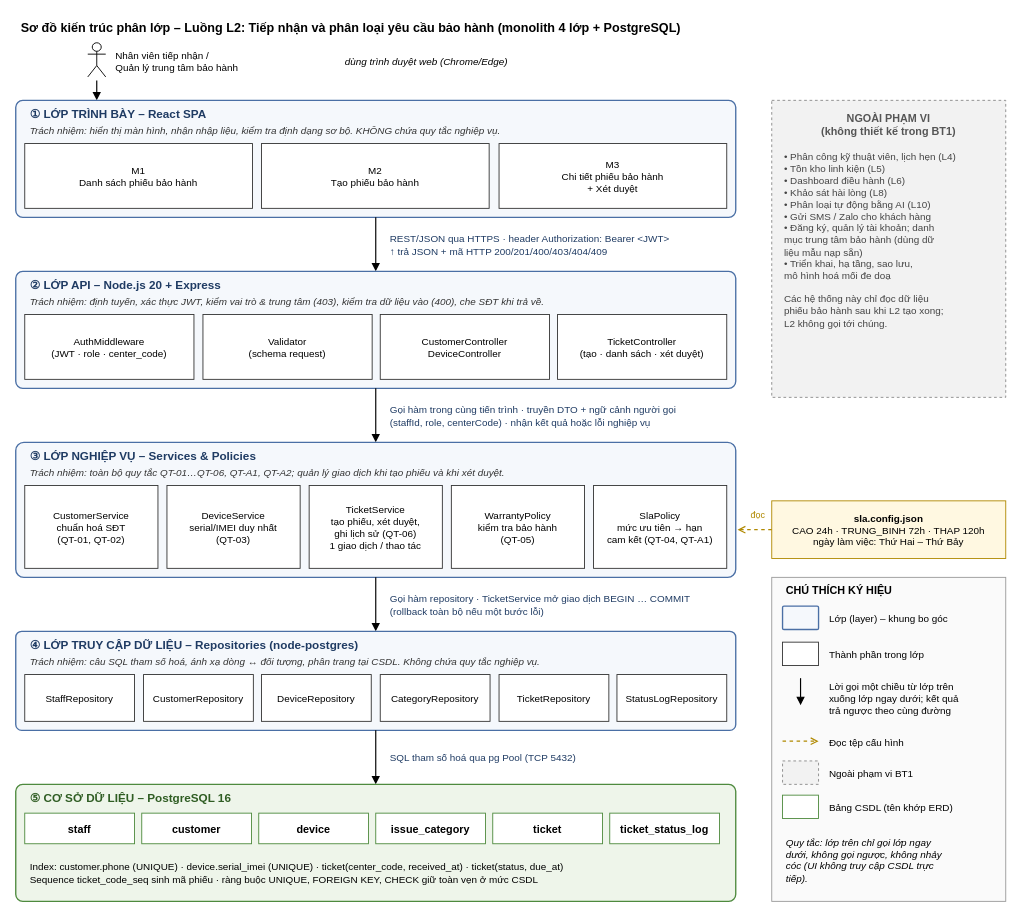
This is docs/architecture.drawio from Htuan0901/cdtn1-nguyenhoangtuan-l2, a draw.io file, before an edit. Source tidied: cells renumbered, new cells numbered last; positions are measured from the earlier drawing's top-left corner, leaving out a move shared by most shapes. Both pictures are drawn from the tidied source at 90%, with x=0, y=0 at pixel (15, 15).
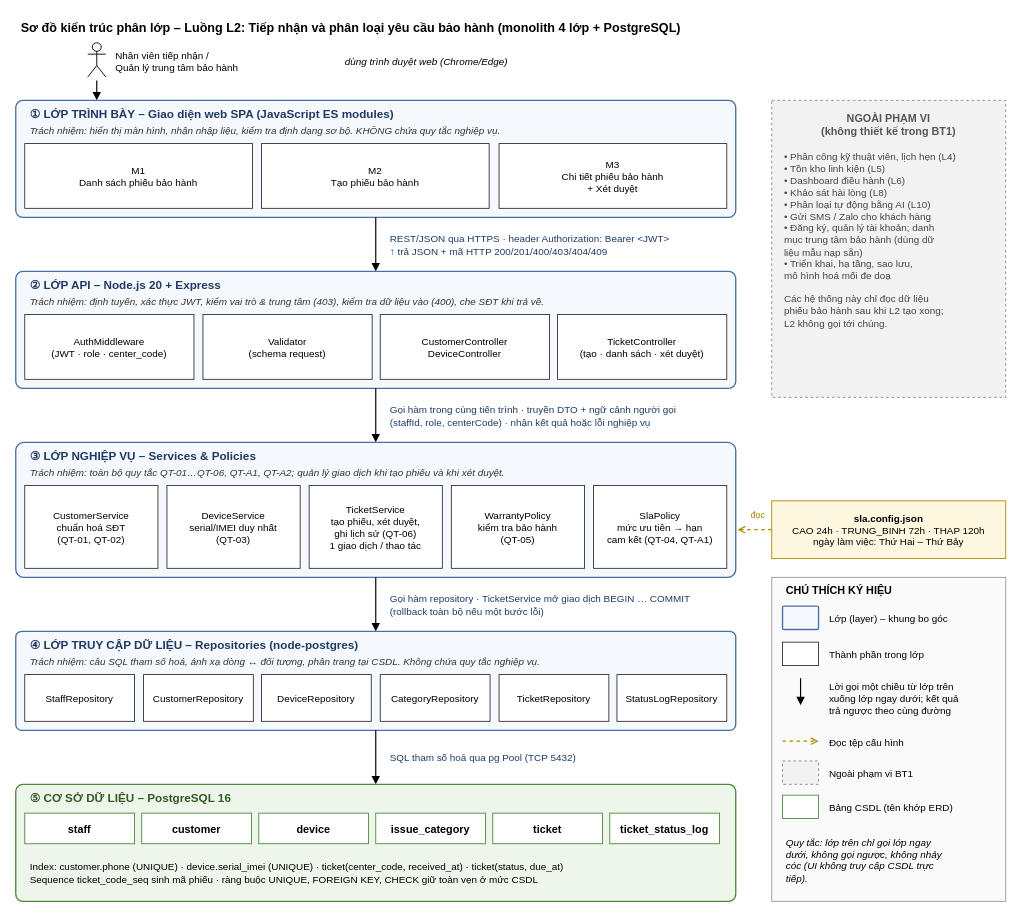
The same diagram, later.

Commit message (it also covers changes not shown here):
docs: đồng bộ srs, sơ đồ kiến trúc và tests/README với giao diện ES modules

Diff of the diagram source:
```diff
@@
-    <mxCell id="8" value="① LỚP TRÌNH BÀY – React SPA" style="whiteSpace=wrap;html=1;rounded=0;fillColor=none;strokeColor=none;strokeWidth=1;fontSize=13;fontFamily=Helvetica;fontColor=#1F3B63;fontStyle=1;align=left;verticalAlign=middle;spacingLeft=4;spacingRight=4;spacingTop=2;" parent="1" vertex="1">
+    <mxCell id="8" value="① LỚP TRÌNH BÀY – Giao diện web SPA (JavaScript ES modules)" style="whiteSpace=wrap;html=1;rounded=0;fillColor=none;strokeColor=none;strokeWidth=1;fontSize=13;fontFamily=Helvetica;fontColor=#1F3B63;fontStyle=1;align=left;verticalAlign=middle;spacingLeft=4;spacingRight=4;spacingTop=2;" parent="1" vertex="1">
       <mxGeometry x="10" y="98" width="780" height="20" as="geometry" />
     </mxCell>
```
